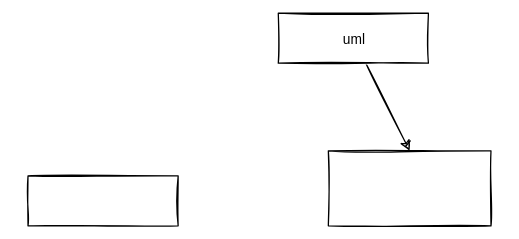
Before: 插件测试/Untitled Diagram.svg, a diagram exported from draw.io (SubtleSpark/obsidian_study). Source tidied: cells renumbered, new cells last; positions are measured from the earlier drawing's top-left corner, leaving out a move shared by most shapes.
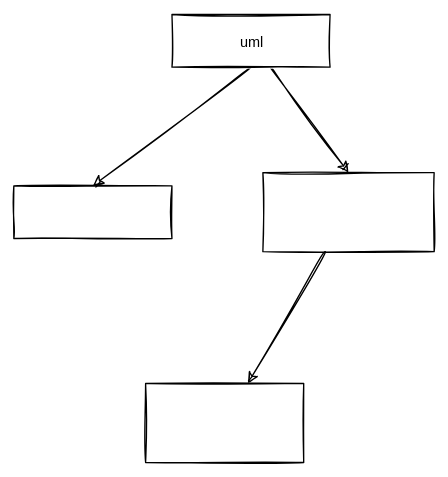
After the commit.

Change to the diagram source:
```diff
@@ -1,18 +1,27 @@
-<mxGraphModel>
+<mxGraphModel shadow="1">
   <root>
     <mxCell id="0" />
     <mxCell id="1" parent="0" />
-    <mxCell id="2" style="edgeStyle=none;html=1;entryX=0.5;entryY=0;entryDx=0;entryDy=0;" parent="1" edge="1" source="3" target="5">
+    <mxCell id="2" style="edgeStyle=none;html=1;entryX=0.5;entryY=0;entryDx=0;entryDy=0;curved=1;" parent="1" edge="1" source="3" target="5">
       <mxGeometry relative="1" as="geometry" />
     </mxCell>
+    <mxCell id="6" style="edgeStyle=none;html=1;exitX=0.5;exitY=1;exitDx=0;exitDy=0;entryX=0.5;entryY=0;entryDx=0;entryDy=0;curved=1;" parent="1" edge="1" source="3" target="4">
+      <mxGeometry relative="1" as="geometry" />
+    </mxCell>
     <mxCell id="3" value="uml" style="whiteSpace=wrap;html=1;fontSize=11;" parent="1" vertex="1">
-      <mxGeometry x="200" width="120" height="40" as="geometry" />
+      <mxGeometry x="120" width="120" height="40" as="geometry" />
     </mxCell>
-    <mxCell id="4" style="rounded=0;whiteSpace=wrap;html=1;" parent="1" vertex="1">
+    <mxCell id="4" style="whiteSpace=wrap;html=1;" parent="1" vertex="1">
       <mxGeometry y="130" width="120" height="40" as="geometry" />
     </mxCell>
+    <mxCell id="7" style="edgeStyle=none;html=1;curved=1;" parent="1" edge="1" source="5" target="8">
+      <mxGeometry relative="1" as="geometry" />
+    </mxCell>
-    <mxCell id="5" style="rounded=0;whiteSpace=wrap;html=1;" parent="1" vertex="1">
-      <mxGeometry x="240" y="110" width="130" height="60" as="geometry" />
+    <mxCell id="5" style="whiteSpace=wrap;html=1;arcSize=18;" parent="1" vertex="1">
+      <mxGeometry x="189" y="120" width="130" height="60" as="geometry" />
     </mxCell>
+    <mxCell id="8" style="whiteSpace=wrap;html=1;" parent="1" vertex="1">
+      <mxGeometry x="100" y="280" width="120" height="60" as="geometry" />
+    </mxCell>
   </root>
 </mxGraphModel>
```
